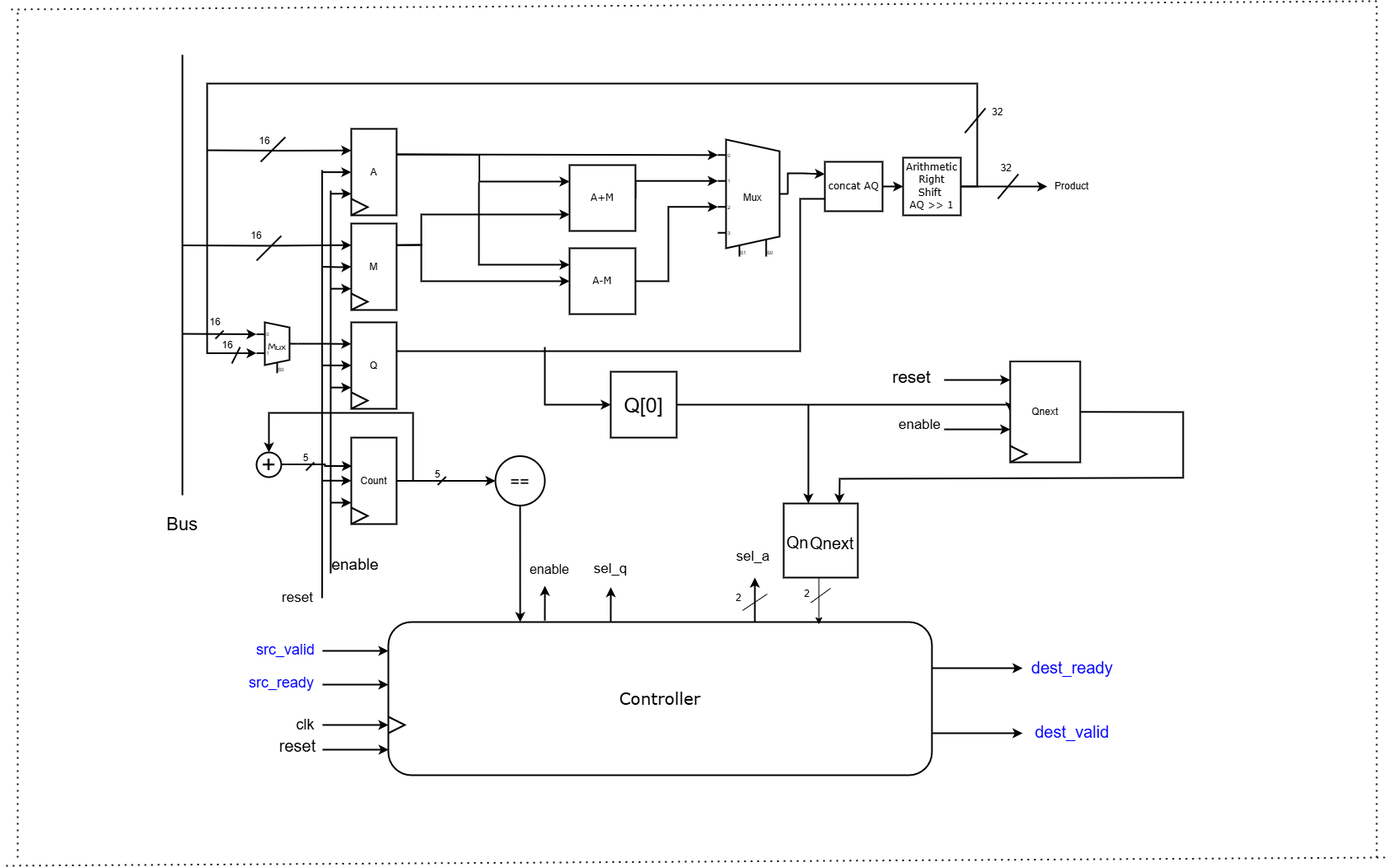
Earlier version of the draw.io export Nasir/src/valid_ready_interface_seq_multiplier/docs/datapath_val_ready.png (medsuet/Xcelerium-IC-Design-Training). Source tidied: cells renumbered, new cells last; positions are measured from the earlier drawing's top-left corner, leaving out a move shared by most shapes.
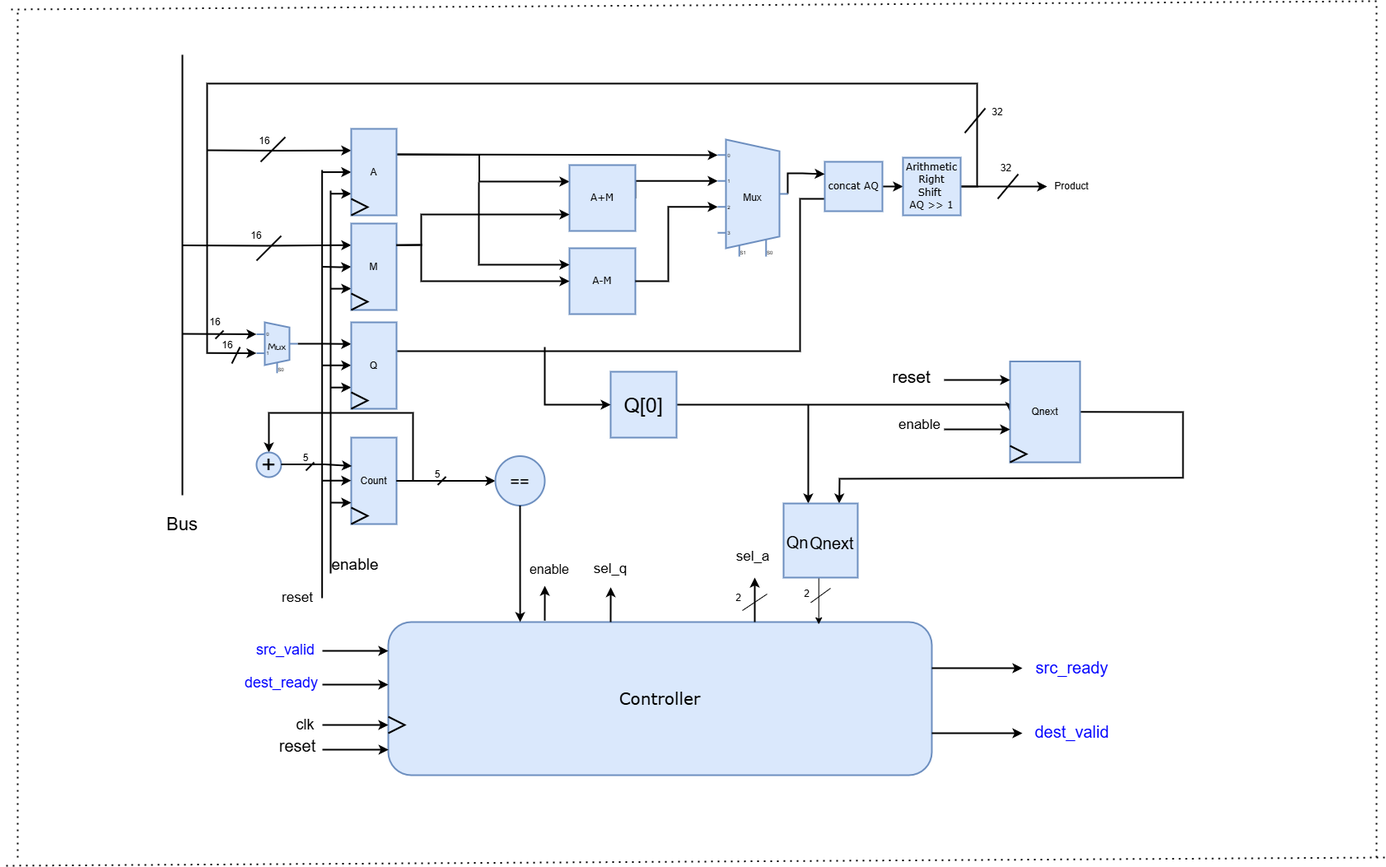
After the commit.

Diff of the diagram source:
```diff
@@ -2,7 +2,7 @@
   <root>
     <mxCell id="0" />
     <mxCell id="1" parent="0" />
-    <mxCell id="2" value="Count" style="rounded=0;whiteSpace=wrap;html=1;strokeWidth=2;" parent="1" vertex="1">
+    <mxCell id="2" value="Count" style="rounded=0;whiteSpace=wrap;html=1;strokeWidth=2;fillColor=#dae8fc;strokeColor=#6c8ebf;" parent="1" vertex="1">
       <mxGeometry x="425" y="530" width="55" height="105" as="geometry" />
     </mxCell>
     <mxCell id="3" style="edgeStyle=orthogonalEdgeStyle;rounded=0;hachureGap=4;jettySize=auto;html=1;exitX=0.5;exitY=0;exitDx=0;exitDy=0;entryX=0;entryY=0.25;entryDx=0;entryDy=0;fontFamily=Architects Daughter;fontSource=https%3A%2F%2Ffonts.googleapis.com%2Fcss%3Ffamily%3DArchitects%2BDaughter;strokeWidth=2;" parent="1" edge="1" target="7">
@@ -37,13 +37,13 @@
         </Array>
       </mxGeometry>
     </mxCell>
-    <mxCell id="7" value="&lt;font face=&quot;Verdana&quot;&gt;A+M&lt;/font&gt;" style="whiteSpace=wrap;html=1;hachureGap=4;fontFamily=Architects Daughter;fontSource=https%3A%2F%2Ffonts.googleapis.com%2Fcss%3Ffamily%3DArchitects%2BDaughter;strokeWidth=2;" parent="1" vertex="1">
+    <mxCell id="7" value="&lt;font face=&quot;Verdana&quot;&gt;A+M&lt;/font&gt;" style="whiteSpace=wrap;html=1;hachureGap=4;fontFamily=Architects Daughter;fontSource=https%3A%2F%2Ffonts.googleapis.com%2Fcss%3Ffamily%3DArchitects%2BDaughter;strokeWidth=2;fillColor=#dae8fc;strokeColor=#6c8ebf;" parent="1" vertex="1">
       <mxGeometry x="690" y="199" width="80" height="80" as="geometry" />
     </mxCell>
     <mxCell id="8" style="edgeStyle=orthogonalEdgeStyle;rounded=0;hachureGap=4;jettySize=auto;html=1;exitX=1;exitY=0.5;exitDx=0;exitDy=0;entryX=0;entryY=0.5;entryDx=0;entryDy=0;fontFamily=Architects Daughter;fontSource=https%3A%2F%2Ffonts.googleapis.com%2Fcss%3Ffamily%3DArchitects%2BDaughter;strokeWidth=2;" parent="1" edge="1" source="9" target="12">
       <mxGeometry relative="1" as="geometry" />
     </mxCell>
-    <mxCell id="9" value="&lt;font face=&quot;Verdana&quot;&gt;concat AQ&lt;/font&gt;" style="rounded=0;whiteSpace=wrap;html=1;hachureGap=4;fontFamily=Architects Daughter;fontSource=https%3A%2F%2Ffonts.googleapis.com%2Fcss%3Ffamily%3DArchitects%2BDaughter;strokeWidth=2;" parent="1" vertex="1">
+    <mxCell id="9" value="&lt;font face=&quot;Verdana&quot;&gt;concat AQ&lt;/font&gt;" style="rounded=0;whiteSpace=wrap;html=1;hachureGap=4;fontFamily=Architects Daughter;fontSource=https%3A%2F%2Ffonts.googleapis.com%2Fcss%3Ffamily%3DArchitects%2BDaughter;strokeWidth=2;fillColor=#dae8fc;strokeColor=#6c8ebf;" parent="1" vertex="1">
       <mxGeometry x="1000" y="195" width="70" height="60" as="geometry" />
     </mxCell>
     <mxCell id="10" style="edgeStyle=orthogonalEdgeStyle;rounded=0;hachureGap=4;jettySize=auto;html=1;exitX=1;exitY=0.5;exitDx=0;exitDy=0;fontFamily=Architects Daughter;fontSource=https%3A%2F%2Ffonts.googleapis.com%2Fcss%3Ffamily%3DArchitects%2BDaughter;entryX=0;entryY=0.5;entryDx=0;entryDy=0;strokeWidth=2;" parent="1" edge="1" source="12" target="70">
@@ -59,10 +59,10 @@
         </Array>
       </mxGeometry>
     </mxCell>
-    <mxCell id="12" value="&lt;font face=&quot;Verdana&quot;&gt;Arithmetic Right&lt;br&gt;&lt;/font&gt;&lt;div&gt;&lt;font face=&quot;Verdana&quot;&gt;Shift&amp;nbsp;&lt;/font&gt;&lt;/div&gt;&lt;div&gt;&lt;font face=&quot;Verdana&quot;&gt;AQ &amp;gt;&amp;gt; 1&lt;/font&gt;&lt;/div&gt;" style="whiteSpace=wrap;html=1;hachureGap=4;fontFamily=Architects Daughter;fontSource=https%3A%2F%2Ffonts.googleapis.com%2Fcss%3Ffamily%3DArchitects%2BDaughter;strokeWidth=2;" parent="1" vertex="1">
+    <mxCell id="12" value="&lt;font face=&quot;Verdana&quot;&gt;Arithmetic Right&lt;br&gt;&lt;/font&gt;&lt;div&gt;&lt;font face=&quot;Verdana&quot;&gt;Shift&amp;nbsp;&lt;/font&gt;&lt;/div&gt;&lt;div&gt;&lt;font face=&quot;Verdana&quot;&gt;AQ &amp;gt;&amp;gt; 1&lt;/font&gt;&lt;/div&gt;" style="whiteSpace=wrap;html=1;hachureGap=4;fontFamily=Architects Daughter;fontSource=https%3A%2F%2Ffonts.googleapis.com%2Fcss%3Ffamily%3DArchitects%2BDaughter;strokeWidth=2;fillColor=#dae8fc;strokeColor=#6c8ebf;" parent="1" vertex="1">
       <mxGeometry x="1095" y="190" width="70" height="70" as="geometry" />
     </mxCell>
-    <mxCell id="13" value="&lt;font style=&quot;font-size: 20px;&quot; face=&quot;Verdana&quot;&gt;Controller&lt;/font&gt;" style="rounded=1;whiteSpace=wrap;html=1;hachureGap=4;fontFamily=Architects Daughter;fontSource=https%3A%2F%2Ffonts.googleapis.com%2Fcss%3Ffamily%3DArchitects%2BDaughter;strokeWidth=2;" parent="1" vertex="1">
+    <mxCell id="13" value="&lt;font style=&quot;font-size: 20px;&quot; face=&quot;Verdana&quot;&gt;Controller&lt;/font&gt;" style="rounded=1;whiteSpace=wrap;html=1;hachureGap=4;fontFamily=Architects Daughter;fontSource=https%3A%2F%2Ffonts.googleapis.com%2Fcss%3Ffamily%3DArchitects%2BDaughter;strokeWidth=2;fillColor=#dae8fc;strokeColor=#6c8ebf;" parent="1" vertex="1">
       <mxGeometry x="470" y="754" width="660" height="186" as="geometry" />
     </mxCell>
     <mxCell id="14" value="&lt;font face=&quot;Verdana&quot;&gt;&lt;br&gt;&lt;/font&gt;" style="endArrow=classic;html=1;rounded=0;hachureGap=4;fontFamily=Architects Daughter;fontSource=https%3A%2F%2Ffonts.googleapis.com%2Fcss%3Ffamily%3DArchitects%2BDaughter;entryX=0;entryY=0.1853483109746242;entryDx=0;entryDy=3;entryPerimeter=0;strokeWidth=2;" parent="1" edge="1" target="38">
@@ -85,7 +85,7 @@
         <mxPoint x="400" y="233.8" as="sourcePoint" />
       </mxGeometry>
     </mxCell>
-    <mxCell id="18" value="A" style="rounded=0;whiteSpace=wrap;html=1;strokeWidth=2;" parent="1" vertex="1">
+    <mxCell id="18" value="A" style="rounded=0;whiteSpace=wrap;html=1;strokeWidth=2;fillColor=#dae8fc;strokeColor=#6c8ebf;" parent="1" vertex="1">
       <mxGeometry x="425" y="155" width="55" height="105" as="geometry" />
     </mxCell>
     <mxCell id="19" style="edgeStyle=orthogonalEdgeStyle;rounded=0;jettySize=auto;html=1;exitX=0;exitY=0.25;exitDx=0;exitDy=0;entryX=0;entryY=0.25;entryDx=0;entryDy=0;strokeWidth=2;" parent="1" edge="1" target="22">
@@ -103,7 +103,7 @@
         <mxPoint x="400" y="349.2" as="sourcePoint" />
       </mxGeometry>
     </mxCell>
-    <mxCell id="22" value="M" style="rounded=0;whiteSpace=wrap;html=1;strokeWidth=2;" parent="1" vertex="1">
+    <mxCell id="22" value="M" style="rounded=0;whiteSpace=wrap;html=1;strokeWidth=2;fillColor=#dae8fc;strokeColor=#6c8ebf;" parent="1" vertex="1">
       <mxGeometry x="425" y="270" width="55" height="105" as="geometry" />
     </mxCell>
     <mxCell id="23" style="edgeStyle=orthogonalEdgeStyle;rounded=0;jettySize=auto;html=1;exitX=1;exitY=0.5;exitDx=0;exitDy=-5;entryX=0;entryY=0.25;entryDx=0;entryDy=0;exitPerimeter=0;strokeWidth=2;" parent="1" edge="1" source="38" target="26">
@@ -119,7 +119,7 @@
         <mxPoint x="400" y="469.2" as="sourcePoint" />
       </mxGeometry>
     </mxCell>
-    <mxCell id="26" value="Q" style="rounded=0;whiteSpace=wrap;html=1;strokeWidth=2;" parent="1" vertex="1">
+    <mxCell id="26" value="Q" style="rounded=0;whiteSpace=wrap;html=1;strokeWidth=2;fillColor=#dae8fc;strokeColor=#6c8ebf;" parent="1" vertex="1">
       <mxGeometry x="425" y="390" width="55" height="105" as="geometry" />
     </mxCell>
     <mxCell id="27" style="edgeStyle=orthogonalEdgeStyle;rounded=0;jettySize=auto;html=1;exitX=1;exitY=0.5;exitDx=0;exitDy=0;entryX=0;entryY=0.5;entryDx=0;entryDy=0;strokeWidth=2;" parent="1" edge="1" source="2" target="33">
@@ -155,16 +155,16 @@
         </Array>
       </mxGeometry>
     </mxCell>
-    <mxCell id="32" value="Mux" style="shadow=0;dashed=0;align=center;html=1;strokeWidth=2;shape=mxgraph.electrical.abstract.mux2;whiteSpace=wrap;selectorPins=2;" parent="1" vertex="1">
+    <mxCell id="32" value="Mux" style="shadow=0;dashed=0;align=center;html=1;strokeWidth=2;shape=mxgraph.electrical.abstract.mux2;whiteSpace=wrap;selectorPins=2;fillColor=#dae8fc;strokeColor=#6c8ebf;" parent="1" vertex="1">
       <mxGeometry x="870" y="168" width="85" height="142" as="geometry" />
     </mxCell>
-    <mxCell id="33" value="&lt;font style=&quot;font-size: 30px;&quot;&gt;+&lt;/font&gt;" style="ellipse;whiteSpace=wrap;html=1;direction=south;strokeWidth=2;" parent="1" vertex="1">
+    <mxCell id="33" value="&lt;font style=&quot;font-size: 30px;&quot;&gt;+&lt;/font&gt;" style="ellipse;whiteSpace=wrap;html=1;direction=south;strokeWidth=2;fillColor=#dae8fc;strokeColor=#6c8ebf;" parent="1" vertex="1">
       <mxGeometry x="310" y="548" width="30" height="30" as="geometry" />
     </mxCell>
     <mxCell id="34" style="edgeStyle=orthogonalEdgeStyle;rounded=0;jettySize=auto;html=1;exitX=1;exitY=0.5;exitDx=0;exitDy=0;entryX=0;entryY=0.5;entryDx=0;entryDy=0;strokeWidth=2;" parent="1" edge="1" source="2" target="35">
       <mxGeometry relative="1" as="geometry" />
     </mxCell>
-    <mxCell id="35" value="&lt;font style=&quot;font-size: 20px;&quot;&gt;==&lt;/font&gt;" style="ellipse;whiteSpace=wrap;html=1;strokeWidth=2;" parent="1" vertex="1">
+    <mxCell id="35" value="&lt;font style=&quot;font-size: 20px;&quot;&gt;==&lt;/font&gt;" style="ellipse;whiteSpace=wrap;html=1;strokeWidth=2;fillColor=#dae8fc;strokeColor=#6c8ebf;" parent="1" vertex="1">
       <mxGeometry x="600" y="552.5" width="60" height="60" as="geometry" />
     </mxCell>
     <mxCell id="36" style="edgeStyle=orthogonalEdgeStyle;rounded=0;jettySize=auto;html=1;exitX=0.5;exitY=1;exitDx=0;exitDy=0;strokeWidth=2;" parent="1" edge="1" source="35">
@@ -183,7 +183,7 @@
         </Array>
       </mxGeometry>
     </mxCell>
-    <mxCell id="38" value="Mux" style="shadow=0;dashed=0;align=center;html=1;strokeWidth=2;shape=mxgraph.electrical.abstract.mux2;whiteSpace=wrap;hachureGap=4;fontFamily=Architects Daughter;fontSource=https%3A%2F%2Ffonts.googleapis.com%2Fcss%3Ffamily%3DArchitects%2BDaughter;" parent="1" vertex="1">
+    <mxCell id="38" value="Mux" style="shadow=0;dashed=0;align=center;html=1;strokeWidth=2;shape=mxgraph.electrical.abstract.mux2;whiteSpace=wrap;hachureGap=4;fontFamily=Architects Daughter;fontSource=https%3A%2F%2Ffonts.googleapis.com%2Fcss%3Ffamily%3DArchitects%2BDaughter;fillColor=#dae8fc;strokeColor=#6c8ebf;" parent="1" vertex="1">
       <mxGeometry x="310" y="390" width="50" height="61.9" as="geometry" />
     </mxCell>
     <mxCell id="39" style="endArrow=none;html=1;rounded=0;strokeWidth=2;" parent="1" edge="1">
@@ -313,7 +313,7 @@
         </Array>
       </mxGeometry>
     </mxCell>
-    <mxCell id="65" value="&lt;font style=&quot;font-size: 25px;&quot;&gt;Q[0]&lt;/font&gt;" style="whiteSpace=wrap;html=1;strokeWidth=2;" parent="1" vertex="1">
+    <mxCell id="65" value="&lt;font style=&quot;font-size: 25px;&quot;&gt;Q[0]&lt;/font&gt;" style="whiteSpace=wrap;html=1;strokeWidth=2;fillColor=#dae8fc;strokeColor=#6c8ebf;" parent="1" vertex="1">
       <mxGeometry x="740" y="450" width="80" height="80" as="geometry" />
     </mxCell>
     <mxCell id="66" style="edgeStyle=none;jettySize=auto;html=1;rounded=0;entryX=0;entryY=0.5;entryDx=0;entryDy=0;strokeWidth=2;" parent="1" edge="1" target="65">
@@ -366,7 +366,7 @@
         </Array>
       </mxGeometry>
     </mxCell>
-    <mxCell id="74" value="Qnext" style="rounded=0;whiteSpace=wrap;html=1;strokeWidth=2;" parent="1" vertex="1">
+    <mxCell id="74" value="Qnext" style="rounded=0;whiteSpace=wrap;html=1;strokeWidth=2;fillColor=#dae8fc;strokeColor=#6c8ebf;" parent="1" vertex="1">
       <mxGeometry x="1225" y="437.5" width="85" height="122.5" as="geometry" />
     </mxCell>
     <mxCell id="75" style="endArrow=none;html=1;rounded=0;strokeWidth=2;" parent="1" edge="1">
@@ -405,7 +405,7 @@
     <mxCell id="80" value="&lt;font style=&quot;font-size: 17px;&quot;&gt;enable&lt;/font&gt;" style="text;html=1;align=center;verticalAlign=middle;strokeColor=none;fillColor=none;strokeWidth=2;" parent="1" vertex="1">
       <mxGeometry x="1080" y="500" width="70" height="30" as="geometry" />
     </mxCell>
-    <mxCell id="81" value="&lt;font face=&quot;Verdana&quot;&gt;A-M&lt;/font&gt;" style="whiteSpace=wrap;html=1;hachureGap=4;fontFamily=Architects Daughter;fontSource=https%3A%2F%2Ffonts.googleapis.com%2Fcss%3Ffamily%3DArchitects%2BDaughter;strokeWidth=2;" parent="1" vertex="1">
+    <mxCell id="81" value="&lt;font face=&quot;Verdana&quot;&gt;A-M&lt;/font&gt;" style="whiteSpace=wrap;html=1;hachureGap=4;fontFamily=Architects Daughter;fontSource=https%3A%2F%2Ffonts.googleapis.com%2Fcss%3Ffamily%3DArchitects%2BDaughter;strokeWidth=2;fillColor=#dae8fc;strokeColor=#6c8ebf;" parent="1" vertex="1">
       <mxGeometry x="690" y="300" width="80" height="80" as="geometry" />
     </mxCell>
     <mxCell id="82" style="edgeStyle=none;jettySize=auto;html=1;rounded=0;exitX=1;exitY=0.25;exitDx=0;exitDy=0;entryX=0;entryY=0.5;entryDx=0;entryDy=0;strokeWidth=2;" parent="1" edge="1" source="22" target="81">
@@ -493,7 +493,7 @@
     <mxCell id="95" value="2" style="text;html=1;align=center;verticalAlign=middle;strokeColor=none;fillColor=none;" parent="1" vertex="1">
       <mxGeometry x="962.5" y="705" width="30" height="30" as="geometry" />
     </mxCell>
-    <mxCell id="96" style="whiteSpace=wrap;html=1;strokeWidth=2;" parent="1" vertex="1">
+    <mxCell id="96" style="whiteSpace=wrap;html=1;strokeWidth=2;fillColor=#dae8fc;strokeColor=#6c8ebf;" parent="1" vertex="1">
       <mxGeometry x="950" y="610" width="90" height="90" as="geometry" />
     </mxCell>
     <mxCell id="97" value="&lt;font style=&quot;font-size: 20px;&quot;&gt;Qnext&lt;/font&gt;" style="text;html=1;align=center;verticalAlign=middle;whiteSpace=wrap;rounded=0;strokeWidth=2;" parent="1" vertex="1">
@@ -519,8 +519,8 @@
         <mxPoint x="1240" y="889" as="targetPoint" />
       </mxGeometry>
     </mxCell>
-    <mxCell id="102" value="&lt;font color=&quot;#0000ff&quot; style=&quot;font-size: 20px;&quot;&gt;dest_ready&lt;/font&gt;" style="text;html=1;align=center;verticalAlign=middle;strokeColor=none;fillColor=none;" parent="1" vertex="1">
-      <mxGeometry x="1240" y="789" width="120" height="40" as="geometry" />
+    <mxCell id="102" value="&lt;font color=&quot;#0000ff&quot; style=&quot;font-size: 20px;&quot;&gt;src_ready&lt;/font&gt;" style="text;html=1;align=center;verticalAlign=middle;strokeColor=none;fillColor=none;" parent="1" vertex="1">
+      <mxGeometry x="1245" y="789" width="110" height="40" as="geometry" />
     </mxCell>
     <mxCell id="103" value="&lt;font color=&quot;#0000ff&quot; style=&quot;font-size: 20px;&quot;&gt;dest_valid&lt;/font&gt;" style="text;html=1;align=center;verticalAlign=middle;strokeColor=none;fillColor=none;" parent="1" vertex="1">
       <mxGeometry x="1245" y="867" width="110" height="40" as="geometry" />
@@ -537,8 +537,8 @@
     <mxCell id="106" value="&lt;font style=&quot;font-size: 18px;&quot;&gt;clk&lt;/font&gt;" style="text;html=1;align=center;verticalAlign=middle;strokeColor=none;fillColor=none;" parent="1" vertex="1">
       <mxGeometry x="344" y="859" width="50" height="40" as="geometry" />
     </mxCell>
-    <mxCell id="107" value="&lt;font color=&quot;#0000ff&quot; style=&quot;font-size: 18px;&quot;&gt;src_ready&lt;/font&gt;" style="text;html=1;align=center;verticalAlign=middle;strokeColor=none;fillColor=none;" parent="1" vertex="1">
-      <mxGeometry x="290" y="808" width="100" height="40" as="geometry" />
+    <mxCell id="107" value="&lt;font color=&quot;#0000ff&quot; style=&quot;font-size: 18px;&quot;&gt;dest_ready&lt;/font&gt;" style="text;html=1;align=center;verticalAlign=middle;strokeColor=none;fillColor=none;" parent="1" vertex="1">
+      <mxGeometry x="285" y="808" width="110" height="40" as="geometry" />
     </mxCell>
     <mxCell id="108" style="endArrow=none;dashed=1;html=1;dashPattern=1 3;strokeWidth=2;rounded=0;" parent="1" edge="1">
       <mxGeometry relative="1" as="geometry">
```
